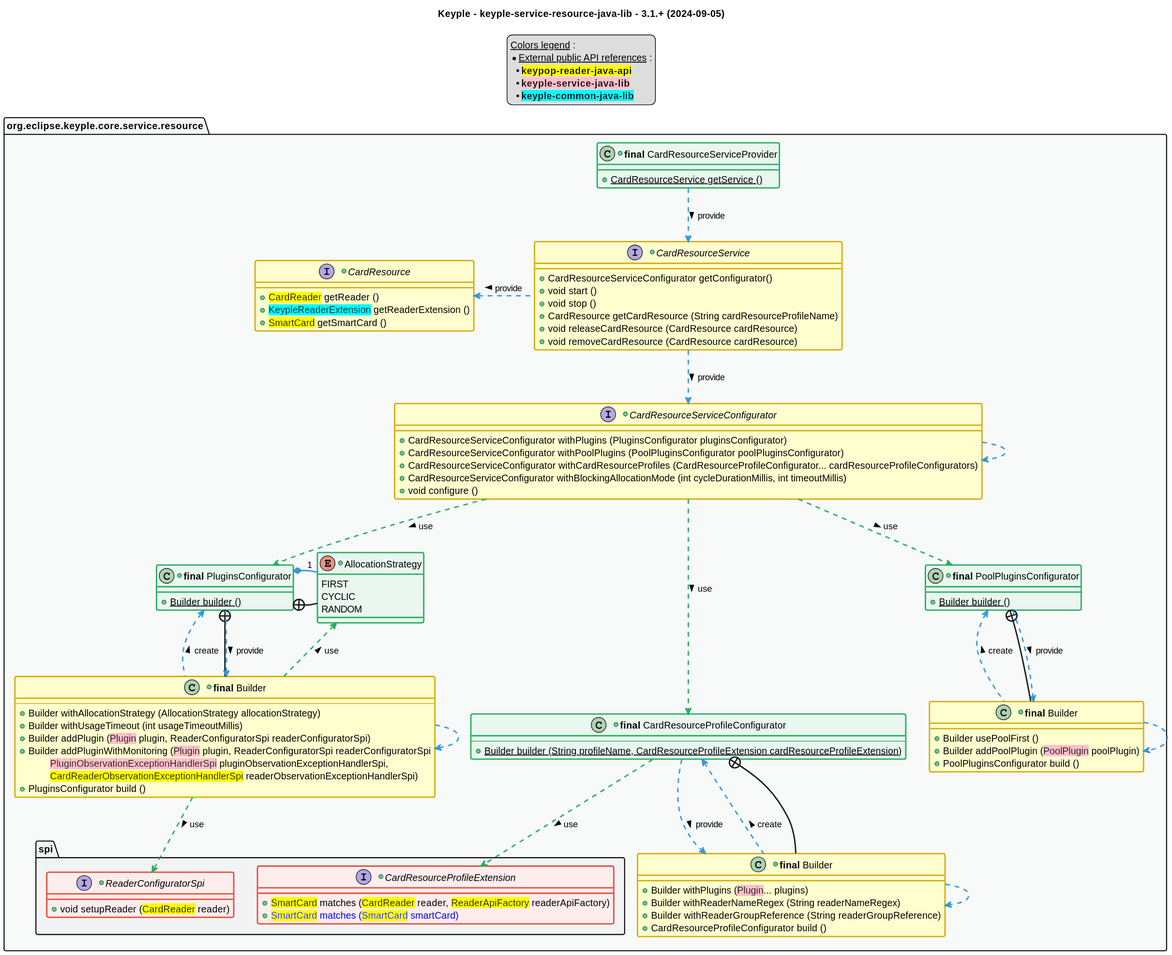
Earlier version of the PlantUML export src/main/uml/api_class_diagram.svg (eclipse-keyple/keyple-service-resource-java-lib).
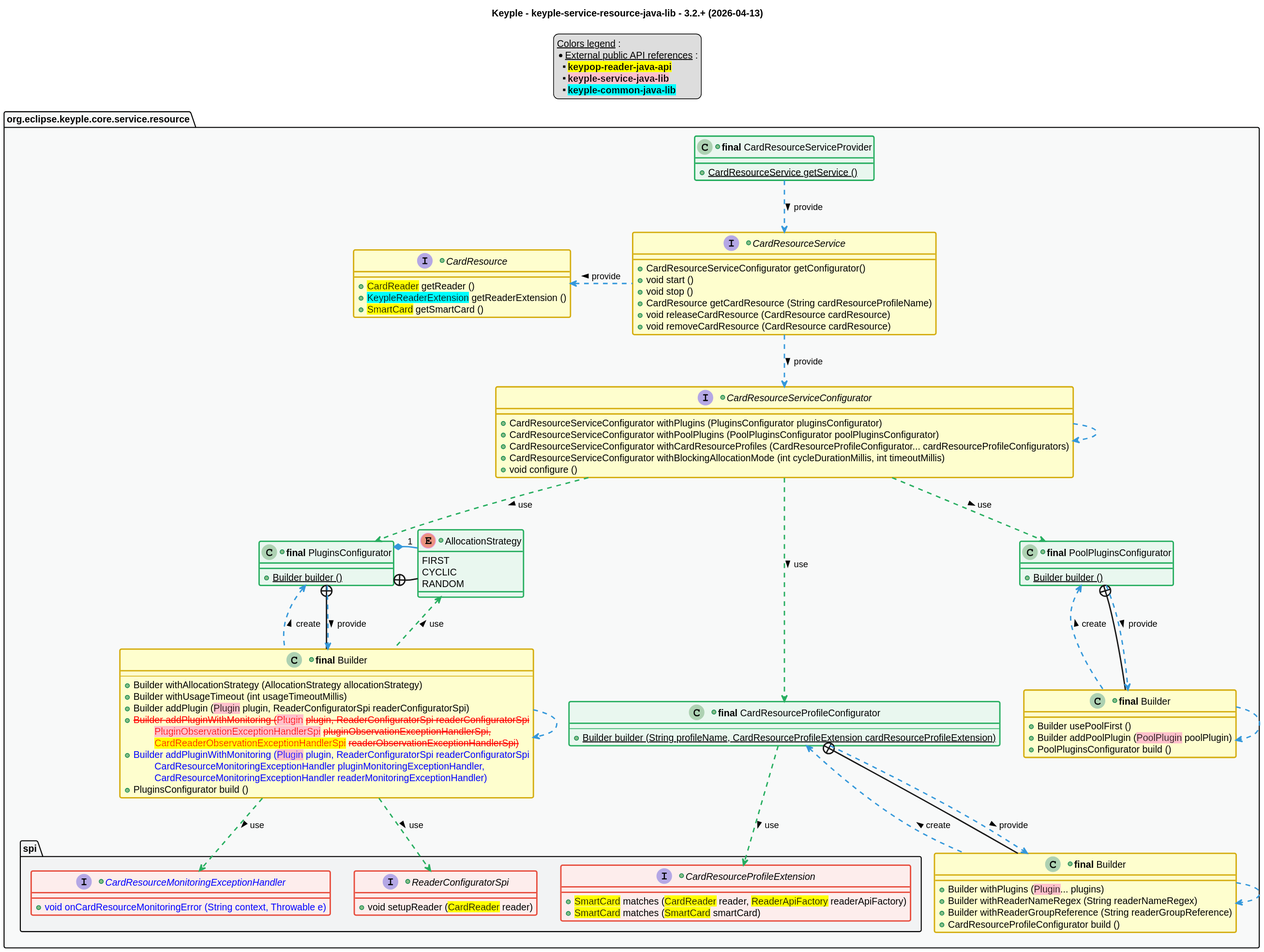
Above is the later version.

Diff of the diagram source:
```diff
@@ -1,6 +1,6 @@
 @startuml
 title
-    Keyple - keyple-service-resource-java-lib - 3.1.+ (2024-09-05)
+    Keyple - keyple-service-resource-java-lib - 3.2.+ (2026-04-13)
 end title
 
 
@@ -79,9 +79,12 @@
         +Builder withAllocationStrategy (AllocationStrategy allocationStrategy)
         +Builder withUsageTimeout (int usageTimeoutMillis)
         +Builder addPlugin (<back:pink>Plugin</back> plugin, ReaderConfiguratorSpi readerConfiguratorSpi)
-        +Builder addPluginWithMonitoring (<back:pink>Plugin</back> plugin, ReaderConfiguratorSpi readerConfiguratorSpi
-            \t<back:pink>PluginObservationExceptionHandlerSpi</back> pluginObservationExceptionHandlerSpi,
-            \t<back:yellow>CardReaderObservationExceptionHandlerSpi</back> readerObservationExceptionHandlerSpi)
+        +<color:red><s>Builder addPluginWithMonitoring (<back:pink>Plugin</back> plugin, ReaderConfiguratorSpi readerConfiguratorSpi
+            \t<color:red><s><back:pink>PluginObservationExceptionHandlerSpi</back> pluginObservationExceptionHandlerSpi,
+            \t<color:red><s><back:yellow>CardReaderObservationExceptionHandlerSpi</back> readerObservationExceptionHandlerSpi)
+        +<color:blue>Builder addPluginWithMonitoring (<back:pink>Plugin</back> plugin, ReaderConfiguratorSpi readerConfiguratorSpi
+            \t<color:blue>CardResourceMonitoringExceptionHandler pluginMonitoringExceptionHandler,
+            \t<color:blue>CardResourceMonitoringExceptionHandler readerMonitoringExceptionHandler)
         +PluginsConfigurator build ()
     }
     +enum AllocationStrategy <<green>> {
@@ -117,12 +120,15 @@
     }
 
     package "spi" as resourceSpi {
+        +interface "<color:blue>CardResourceMonitoringExceptionHandler" as CardResourceMonitoringExceptionHandler <<red>> {
+            +<color:blue>void onCardResourceMonitoringError (String context, Throwable e)
+        }
         +interface ReaderConfiguratorSpi <<red>> {
             +void setupReader (<back:yellow>CardReader</back> reader)
         }
         +interface CardResourceProfileExtension <<red>> {
             +<back:yellow>SmartCard</back> matches (<back:yellow>CardReader</back> reader, <back:yellow>ReaderApiFactory</back> readerApiFactory)
-            +<color:blue><back:yellow>SmartCard</back> matches (<back:yellow>SmartCard</back> smartCard)
+            +<back:yellow>SmartCard</back> matches (<back:yellow>SmartCard</back> smartCard)
         }
     }
 }
@@ -146,6 +152,7 @@
 PluginsConfiguratorBuilder ..> PluginsConfiguratorBuilder #C_LINK
 PluginsConfiguratorBuilder .up.> AllocationStrategy #C_USE : use >
 PluginsConfiguratorBuilder ..> ReaderConfiguratorSpi #C_USE : use >
+PluginsConfiguratorBuilder ..> CardResourceMonitoringExceptionHandler #C_USE : use >
 PluginsConfiguratorBuilder .up.> PluginsConfigurator #C_LINK : create >
 
 PoolPluginsConfigurator +-- PoolPluginsConfiguratorBuilder
```
